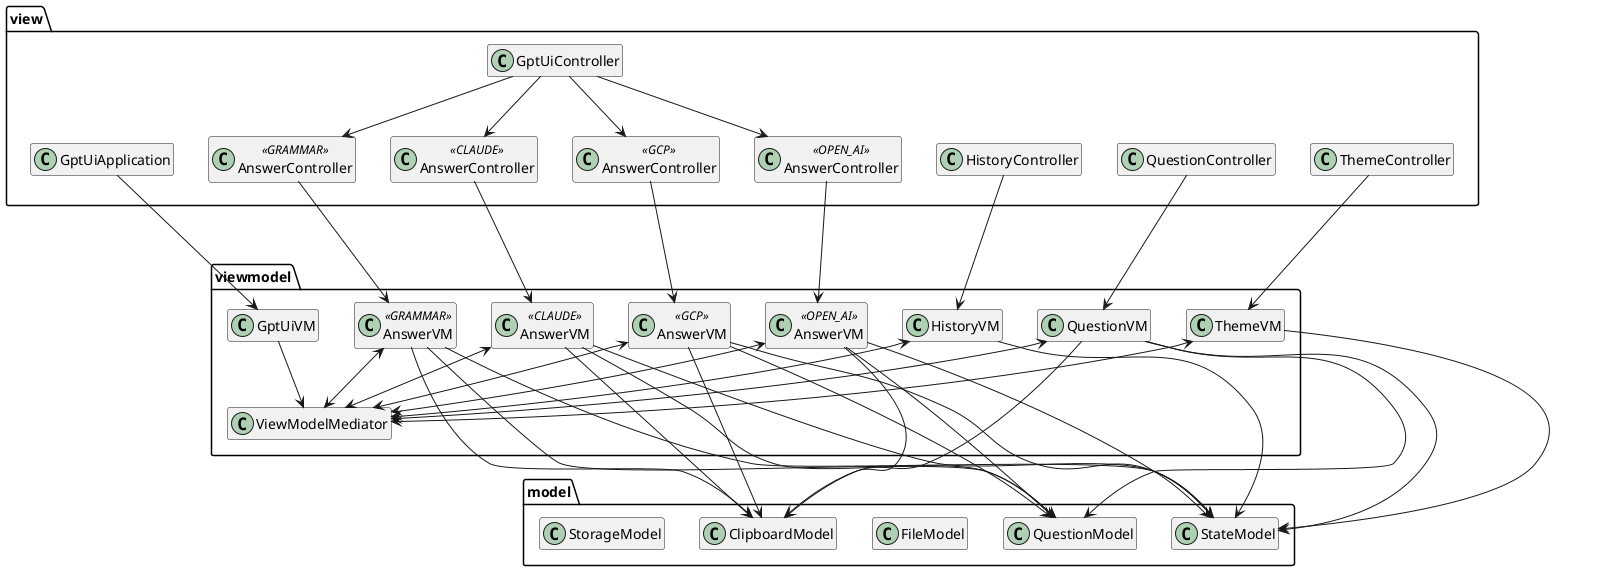
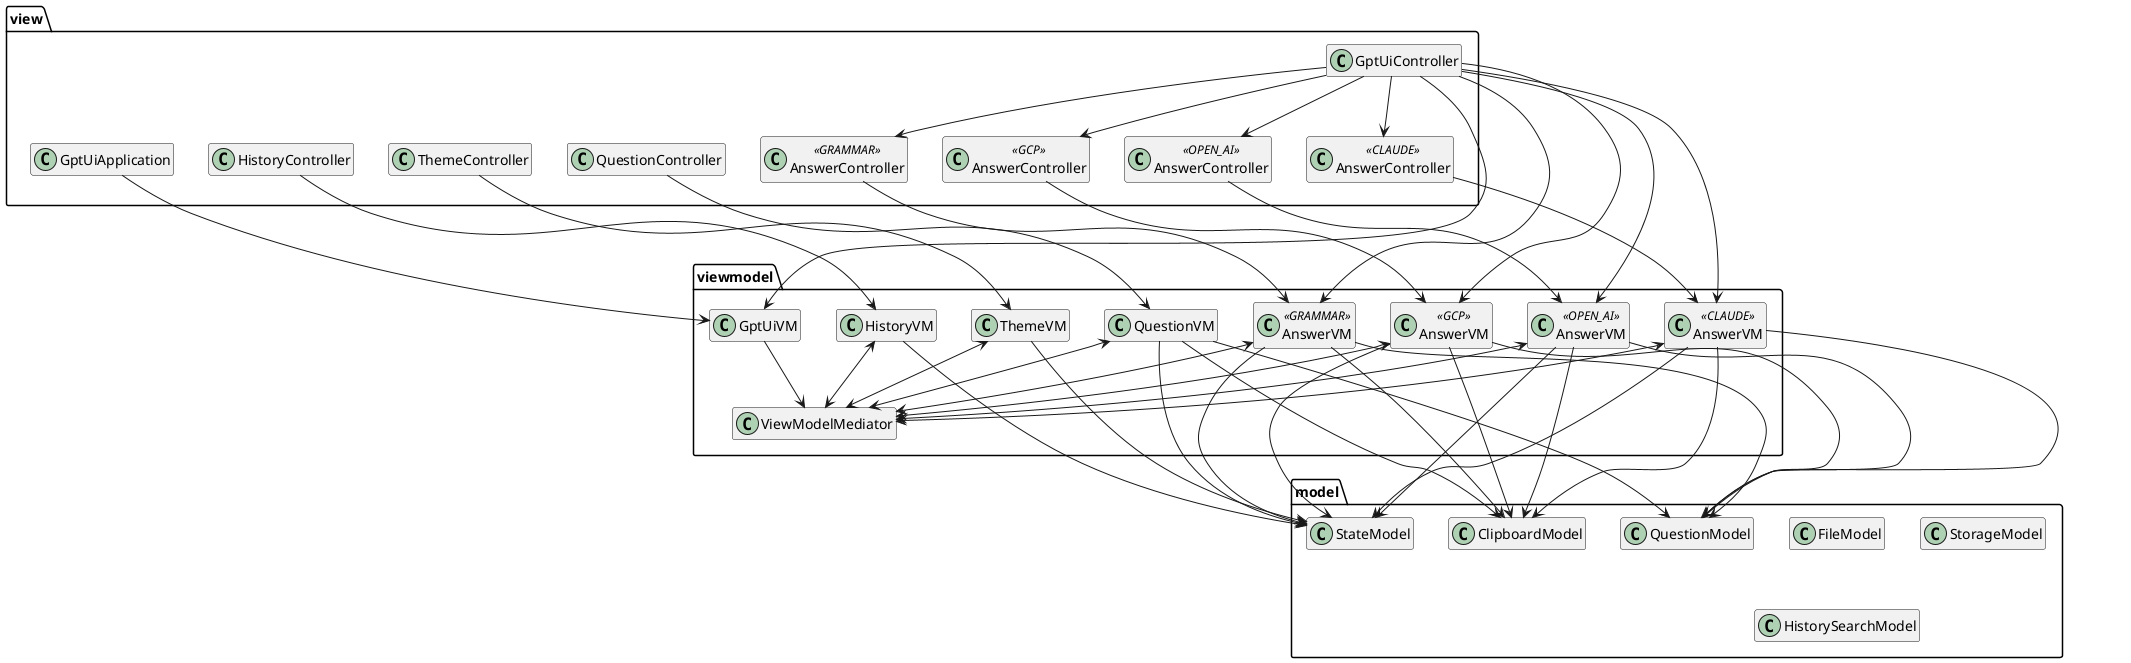
@startuml
hide empty members

package view {
    class GptUiController
    together {
        class GptUiApplication
        class "AnswerController" as grammarAnswerController <<GRAMMAR>>
        class "AnswerController" as openAiAnswerController <<OPEN_AI>>
        class "AnswerController" as claudeAnswerController <<CLAUDE>>
        class "AnswerController" as gcpAnswerController <<GCP>>
        class HistoryController
        class QuestionController
        class ThemeController
    }
}

package viewmodel {
    class "AnswerVM" as grammarAnswerVM <<GRAMMAR>>
    class "AnswerVM" as openAiAnswerVM <<OPEN_AI>>
    class "AnswerVM" as claudeAnswerVM <<CLAUDE>>
    class "AnswerVM" as gcpAnswerVM <<GCP>>
    class GptUiVM
    class HistoryVM
    class QuestionVM
    class ThemeVM
    class ViewModelMediator
}

package model{
    class StateModel
    class ClipboardModel
    class FileModel
    class QuestionModel
    class StorageModel
+     class HistorySearchModel
}

ThemeController ---> ThemeVM
QuestionController ---> QuestionVM
HistoryController ---> HistoryVM
grammarAnswerController --> grammarAnswerVM
openAiAnswerController --> openAiAnswerVM
claudeAnswerController --> claudeAnswerVM
gcpAnswerController --> gcpAnswerVM
GptUiApplication --> GptUiVM

GptUiController --> grammarAnswerController
GptUiController --> openAiAnswerController
GptUiController --> claudeAnswerController
GptUiController --> gcpAnswerController
+ 
+ GptUiController --> GptUiVM
+ GptUiController --> grammarAnswerVM
+ GptUiController --> openAiAnswerVM
+ GptUiController --> claudeAnswerVM
+ GptUiController --> gcpAnswerVM

ThemeVM <--> ViewModelMediator
QuestionVM <--> ViewModelMediator
HistoryVM <--> ViewModelMediator
GptUiVM --> ViewModelMediator
grammarAnswerVM <--> ViewModelMediator
openAiAnswerVM <--> ViewModelMediator
claudeAnswerVM <--> ViewModelMediator
gcpAnswerVM <--> ViewModelMediator

ThemeVM ---> StateModel
HistoryVM ---> StateModel
QuestionVM ---> StateModel
QuestionVM ---> QuestionModel
QuestionVM ---> ClipboardModel

grammarAnswerVM --> StateModel
openAiAnswerVM --> StateModel
claudeAnswerVM --> StateModel
gcpAnswerVM --> StateModel

grammarAnswerVM --> QuestionModel
openAiAnswerVM --> QuestionModel
claudeAnswerVM --> QuestionModel
gcpAnswerVM --> QuestionModel

grammarAnswerVM --> ClipboardModel
openAiAnswerVM --> ClipboardModel
claudeAnswerVM --> ClipboardModel
gcpAnswerVM --> ClipboardModel


@enduml